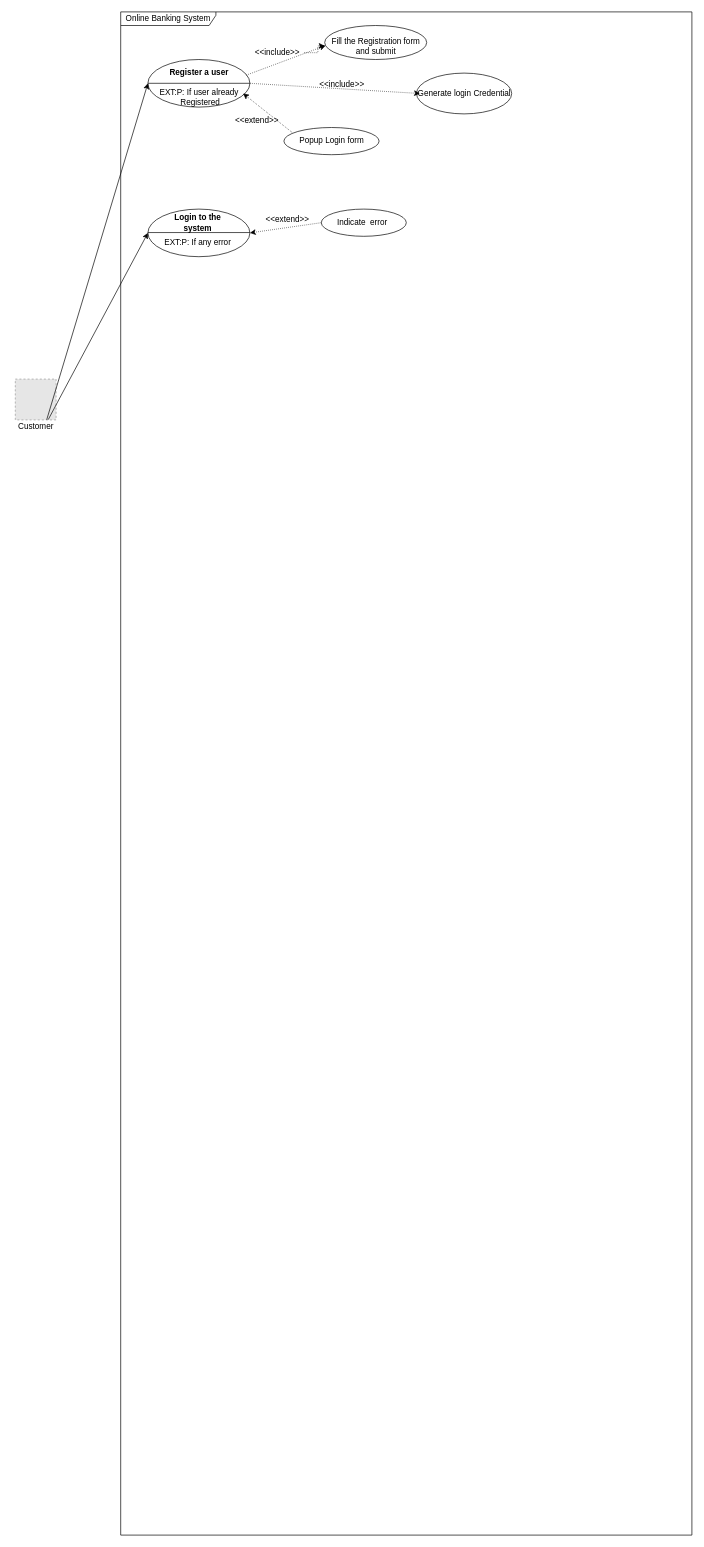
This is Untitled Diagram.drawio from Janith-Sandamal/online-banking, a draw.io file, before an edit. Source tidied: cells renumbered, new cells numbered last; positions are measured from the earlier drawing's top-left corner, leaving out a move shared by most shapes. Both pictures are drawn from the tidied source at 68%, with x=0, y=0 at pixel (12, 12). Pictures stored in the file or linked from it are replaced by grey dashed boxes.
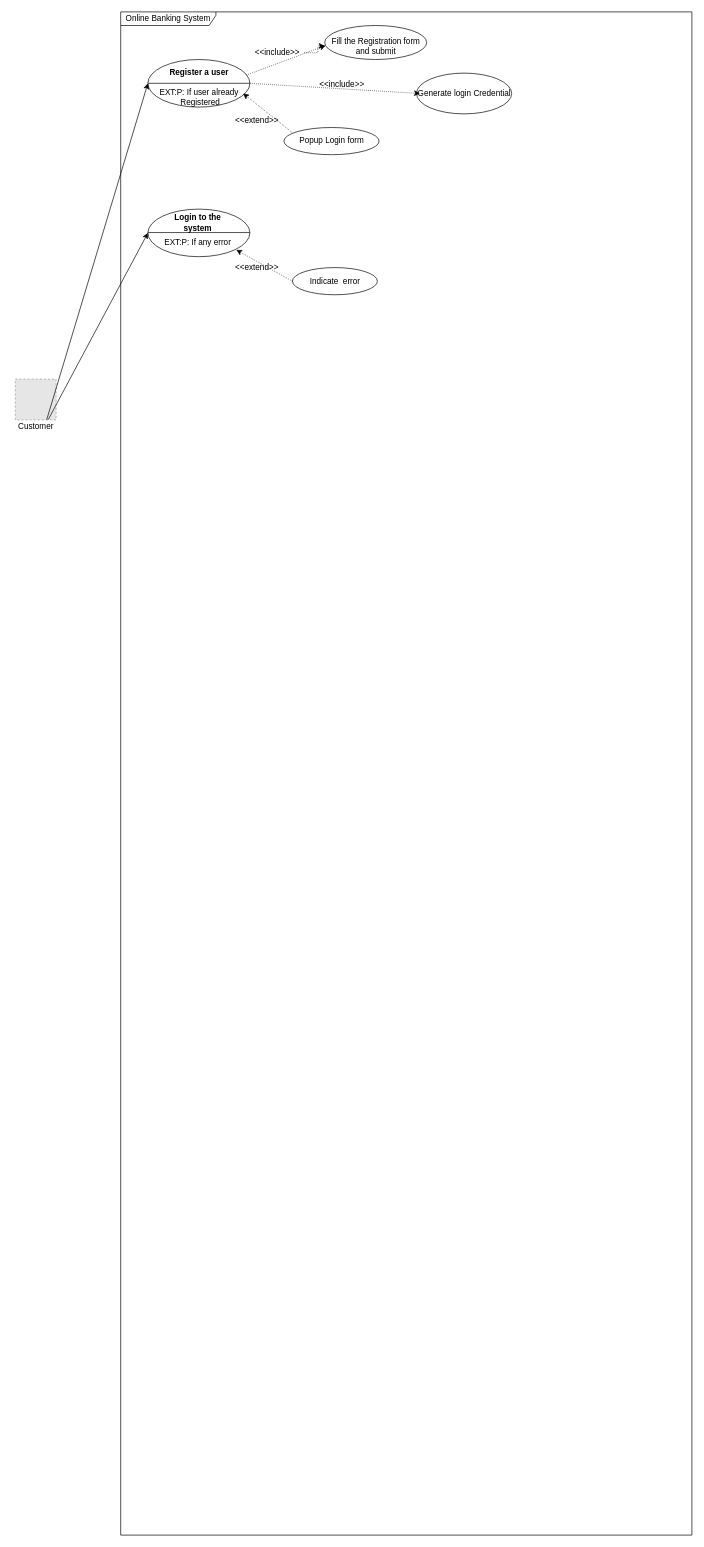
Above is the later version.

Commit message:
login error use case complete

The change refers to these unchanged cells:
```xml
<mxCell id="11" style="ellipse;whiteSpace=wrap;html=1;strokeWidth=1;" parent="1" vertex="1">
  <mxGeometry x="200" y="290" width="150" height="70" as="geometry" />
</mxCell>
<mxCell id="27" value="EXT:P: If any error" style="text;html=1;align=center;verticalAlign=middle;points=[];fillColor=none;strokeColor=none;rounded=0;strokeWidth=1;" parent="1" vertex="1">
  <mxGeometry x="218" y="330" width="110" height="20" as="geometry" />
</mxCell>
```

What changed in the source:
```diff
@@
     <mxCell id="28" style="ellipse;whiteSpace=wrap;html=1;strokeWidth=1;" parent="1" vertex="1">
-      <mxGeometry x="455" y="290" width="125" height="40" as="geometry" />
+      <mxGeometry x="412.5" y="376" width="125" height="40" as="geometry" />
     </mxCell>
     <mxCell id="29" value="Indicate&amp;nbsp; error" style="text;html=1;align=center;verticalAlign=middle;fillColor=none;strokeColor=none;rounded=0;strokeWidth=1;" parent="1" vertex="1">
-      <mxGeometry x="470" y="300" width="90" height="20" as="geometry" />
+      <mxGeometry x="430" y="386" width="90" height="20" as="geometry" />
     </mxCell>
-    <mxCell id="30" style="endArrow=classic;html=1;rounded=0;strokeWidth=1;dashed=1;dashPattern=1 2;exitX=0;exitY=0.5;exitDx=0;exitDy=0;entryX=1;entryY=0.5;entryDx=0;entryDy=0;" parent="1" edge="1" source="28" target="11">
+    <mxCell id="30" style="endArrow=classic;html=1;rounded=0;strokeWidth=1;dashed=1;dashPattern=1 2;exitX=0;exitY=0.5;exitDx=0;exitDy=0;entryX=1.018;entryY=1;entryDx=0;entryDy=0;entryPerimeter=0;" parent="1" edge="1" source="28" target="27">
       <mxGeometry relative="1" as="geometry" />
     </mxCell>
     <mxCell id="31" value="&amp;lt;&amp;lt;extend&amp;gt;&amp;gt;" style="text;html=1;align=center;verticalAlign=middle;fillColor=none;strokeColor=none;rounded=0;strokeWidth=1;" parent="1" vertex="1">
-      <mxGeometry x="365" y="295" width="80" height="20" as="geometry" />
+      <mxGeometry x="320" y="366" width="80" height="20" as="geometry" />
     </mxCell>
```
